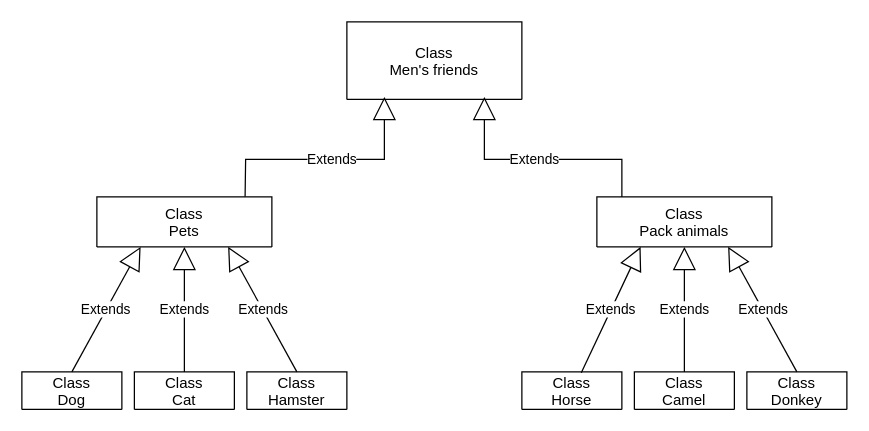
Above: src/diagramm/Diagramm.drawio in vad1m24/attestation (draw.io), before the change. Source tidied: cells renumbered, new cells numbered last; positions are measured from the earlier drawing's top-left corner, leaving out a move shared by most shapes. Both pictures are drawn from the tidied source at 125%, with x=0, y=0 at pixel (21, 21).
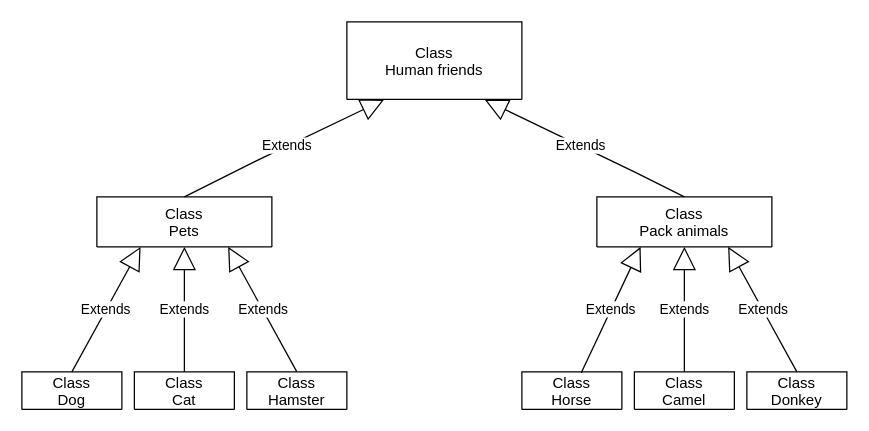
The same page after the edit.

Commit message:
Main class name changed

The change refers to these unchanged cells:
```xml
<mxCell id="3" value="Class &#10;Pets" style="swimlane;fontStyle=0;horizontal=1;startSize=72;fillColor=none;" parent="1" vertex="1">
  <mxGeometry x="60" y="140" width="140" height="40" as="geometry" />
</mxCell>
<mxCell id="4" value="Class&#10;Pack animals" style="swimlane;fontStyle=0;horizontal=1;startSize=72;fillColor=none;" parent="1" vertex="1">
  <mxGeometry x="460" y="140" width="140" height="40" as="geometry" />
</mxCell>
```

The edit, as a diff of the source:
```diff
@@
-    <mxCell id="2" value="Class &#10;Men's friends" style="swimlane;fontStyle=0;horizontal=1;startSize=62;fillColor=none;" parent="1" vertex="1">
+    <mxCell id="2" value="Class &#10;Human friends" style="swimlane;fontStyle=0;horizontal=1;startSize=62;fillColor=none;" parent="1" vertex="1">
       <mxGeometry x="260" width="140" height="62" as="geometry" />
     </mxCell>
@@
-    <mxCell id="5" value="Extends" style="endArrow=block;endSize=16;endFill=0;html=1;rounded=0;exitX=0.847;exitY=-0.001;exitDx=0;exitDy=0;exitPerimeter=0;" parent="1" edge="1" source="3">
+    <mxCell id="5" value="Extends" style="endArrow=block;endSize=16;endFill=0;html=1;rounded=0;exitX=0.5;exitY=0;exitDx=0;exitDy=0;entryX=0.212;entryY=1.005;entryDx=0;entryDy=0;entryPerimeter=0;" parent="1" edge="1" source="3" target="2">
       <mxGeometry x="0.04" relative="1" as="geometry">
-        <mxPoint x="290" y="60" as="targetPoint" />
         <Array as="points">
-          <mxPoint x="179" y="110" />
-          <mxPoint x="290" y="110" />
+          <mxPoint x="190" y="110" />
         </Array>
       </mxGeometry>
     </mxCell>
-    <mxCell id="6" value="Extends" style="endArrow=block;endSize=16;endFill=0;html=1;rounded=0;" parent="1" edge="1">
+    <mxCell id="6" value="Extends" style="endArrow=block;endSize=16;endFill=0;html=1;rounded=0;exitX=0.5;exitY=0;exitDx=0;exitDy=0;entryX=0.788;entryY=1.005;entryDx=0;entryDy=0;entryPerimeter=0;" parent="1" edge="1" source="4" target="2">
       <mxGeometry x="0.05" relative="1" as="geometry">
-        <mxPoint x="480" y="140" as="sourcePoint" />
-        <mxPoint x="370" y="60" as="targetPoint" />
         <Array as="points">
-          <mxPoint x="480" y="110" />
-          <mxPoint x="370" y="110" />
+          <mxPoint x="490" y="120" />
         </Array>
       </mxGeometry>
     </mxCell>
```
